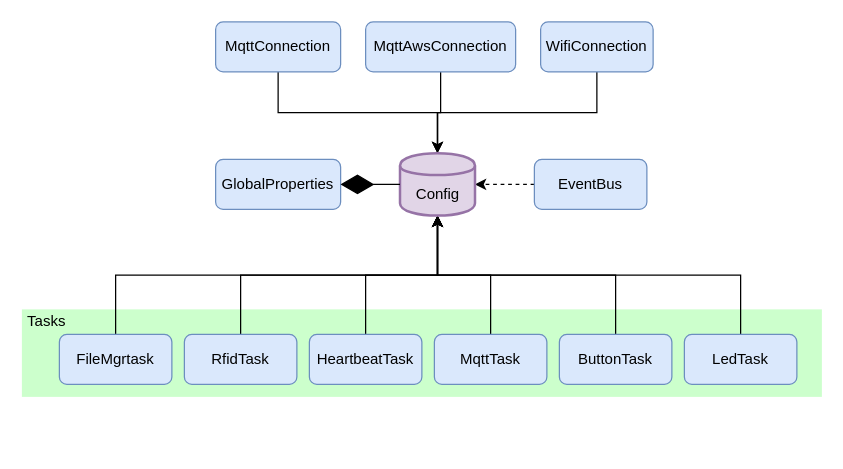
Before: docs/uml/config-file.drawio in miman/esp32_util, a draw.io diagram. Source tidied: cells renumbered, new cells numbered last; positions are measured from the earlier drawing's top-left corner, leaving out a move shared by most shapes. Both pictures are drawn from the tidied source at 125%, with x=0, y=0 at pixel (21, 21).
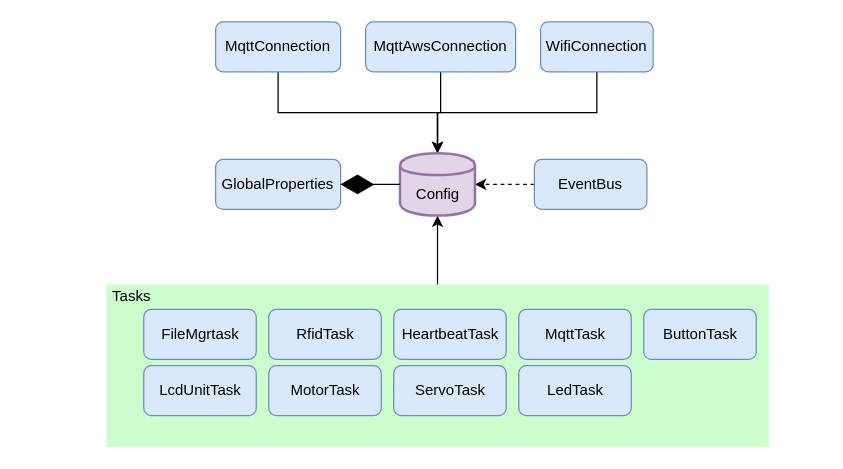
After the change.

Unchanged cells that the change refers to:
```xml
<mxCell id="24" value="Config" style="shape=cylinder;whiteSpace=wrap;html=1;boundedLbl=1;backgroundOutline=1;strokeColor=#9673a6;strokeWidth=2;fillColor=#e1d5e7;" parent="1" vertex="1">
  <mxGeometry x="302.5" y="105" width="60" height="50" as="geometry" />
</mxCell>
```

Diff of the diagram source:
```diff
@@
     <mxCell id="2" style="rounded=0;whiteSpace=wrap;html=1;strokeColor=none;strokeWidth=2;fillColor=#CCFFCC;" parent="1" vertex="1">
-      <mxGeometry y="230" width="640" height="70" as="geometry" />
+      <mxGeometry x="67.5" y="210" width="530" height="130" as="geometry" />
     </mxCell>
@@
-    <mxCell id="7" style="edgeStyle=orthogonalEdgeStyle;rounded=0;jettySize=auto;html=1;exitX=0.5;exitY=0;exitDx=0;exitDy=0;" parent="1" edge="1" source="14" target="24">
-      <mxGeometry relative="1" as="geometry" />
-    </mxCell>
-    <mxCell id="8" style="edgeStyle=orthogonalEdgeStyle;rounded=0;jettySize=auto;html=1;exitX=0.5;exitY=0;exitDx=0;exitDy=0;" parent="1" edge="1" source="19" target="24">
-      <mxGeometry relative="1" as="geometry" />
-    </mxCell>
-    <mxCell id="9" style="edgeStyle=orthogonalEdgeStyle;rounded=0;jettySize=auto;html=1;exitX=0.5;exitY=0;exitDx=0;exitDy=0;entryX=0.5;entryY=1;entryDx=0;entryDy=0;" parent="1" edge="1" source="20" target="24">
-      <mxGeometry relative="1" as="geometry" />
-    </mxCell>
-    <mxCell id="10" style="edgeStyle=orthogonalEdgeStyle;rounded=0;jettySize=auto;html=1;exitX=0.5;exitY=0;exitDx=0;exitDy=0;" parent="1" edge="1" source="17" target="24">
+    <mxCell id="10" style="edgeStyle=orthogonalEdgeStyle;rounded=0;jettySize=auto;html=1;" parent="1" edge="1" source="2" target="24">
       <mxGeometry relative="1" as="geometry" />
     </mxCell>
-    <mxCell id="11" style="edgeStyle=orthogonalEdgeStyle;rounded=0;jettySize=auto;html=1;exitX=0.5;exitY=0;exitDx=0;exitDy=0;" parent="1" edge="1" source="18" target="24">
-      <mxGeometry relative="1" as="geometry" />
-    </mxCell>
-    <mxCell id="12" style="edgeStyle=orthogonalEdgeStyle;rounded=0;jettySize=auto;html=1;exitX=0.5;exitY=0;exitDx=0;exitDy=0;" parent="1" edge="1" source="21" target="24">
-      <mxGeometry relative="1" as="geometry" />
-    </mxCell>
@@
     <mxCell id="14" value="HeartbeatTask" style="rounded=1;whiteSpace=wrap;html=1;fillColor=#dae8fc;strokeColor=#6c8ebf;" parent="1" vertex="1">
-      <mxGeometry x="230" y="250" width="90" height="40" as="geometry" />
+      <mxGeometry x="297.5" y="230" width="90" height="40" as="geometry" />
     </mxCell>
@@
     <mxCell id="17" value="MqttTask" style="rounded=1;whiteSpace=wrap;html=1;fillColor=#dae8fc;strokeColor=#6c8ebf;" parent="1" vertex="1">
-      <mxGeometry x="330" y="250" width="90" height="40" as="geometry" />
+      <mxGeometry x="397.5" y="230" width="90" height="40" as="geometry" />
     </mxCell>
     <mxCell id="18" value="RfidTask" style="rounded=1;whiteSpace=wrap;html=1;fillColor=#dae8fc;strokeColor=#6c8ebf;" parent="1" vertex="1">
-      <mxGeometry x="130" y="250" width="90" height="40" as="geometry" />
+      <mxGeometry x="197.5" y="230" width="90" height="40" as="geometry" />
     </mxCell>
     <mxCell id="19" value="ButtonTask" style="rounded=1;whiteSpace=wrap;html=1;fillColor=#dae8fc;strokeColor=#6c8ebf;" parent="1" vertex="1">
-      <mxGeometry x="430" y="250" width="90" height="40" as="geometry" />
+      <mxGeometry x="497.5" y="230" width="90" height="40" as="geometry" />
     </mxCell>
     <mxCell id="20" value="LedTask" style="rounded=1;whiteSpace=wrap;html=1;fillColor=#dae8fc;strokeColor=#6c8ebf;" parent="1" vertex="1">
-      <mxGeometry x="530" y="250" width="90" height="40" as="geometry" />
+      <mxGeometry x="397.5" y="275" width="90" height="40" as="geometry" />
     </mxCell>
     <mxCell id="21" value="FileMgrtask" style="rounded=1;whiteSpace=wrap;html=1;fillColor=#dae8fc;strokeColor=#6c8ebf;" parent="1" vertex="1">
-      <mxGeometry x="30" y="250" width="90" height="40" as="geometry" />
+      <mxGeometry x="97.5" y="230" width="90" height="40" as="geometry" />
     </mxCell>
@@
     <mxCell id="26" value="Tasks" style="text;html=1;strokeColor=none;fillColor=none;align=center;verticalAlign=middle;whiteSpace=wrap;rounded=0;" parent="1" vertex="1">
-      <mxGeometry y="230" width="40" height="20" as="geometry" />
+      <mxGeometry x="67.5" y="210" width="40" height="20" as="geometry" />
     </mxCell>
+    <mxCell id="27" value="LcdUnitTask" style="rounded=1;whiteSpace=wrap;html=1;fillColor=#dae8fc;strokeColor=#6c8ebf;" parent="1" vertex="1">
+      <mxGeometry x="97.5" y="275" width="90" height="40" as="geometry" />
+    </mxCell>
+    <mxCell id="28" value="MotorTask" style="rounded=1;whiteSpace=wrap;html=1;fillColor=#dae8fc;strokeColor=#6c8ebf;" parent="1" vertex="1">
+      <mxGeometry x="197.5" y="275" width="90" height="40" as="geometry" />
+    </mxCell>
+    <mxCell id="29" value="ServoTask" style="rounded=1;whiteSpace=wrap;html=1;fillColor=#dae8fc;strokeColor=#6c8ebf;" parent="1" vertex="1">
+      <mxGeometry x="297.5" y="275" width="90" height="40" as="geometry" />
+    </mxCell>
```
